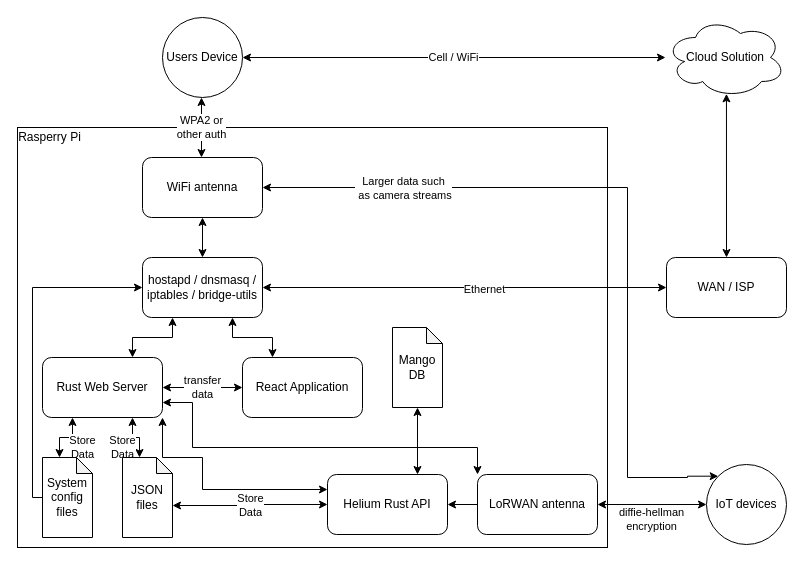
This is H2IoT.drawio from Innovation-Helium-2/Helium-2-Docs, a draw.io file, before an edit. Source tidied: cells renumbered, new cells numbered last; positions are measured from the earlier drawing's top-left corner, leaving out a move shared by most shapes. Both pictures are drawn from the tidied source at 100%, with x=0, y=0 at pixel (17, 17).
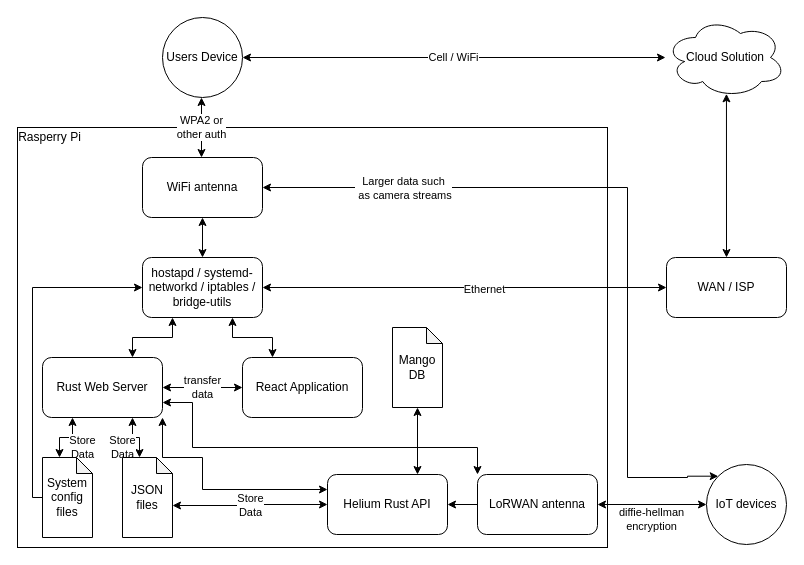
Above is the later version.

Commit message (it also covers changes not shown here):
updated hardware diagram

Change to the diagram source:
```diff
@@
-    <mxCell id="17" value="hostapd / dnsmasq / iptables / bridge-utils" style="rounded=1;whiteSpace=wrap;html=1;" parent="1" vertex="1">
+    <mxCell id="17" value="hostapd / systemd-networkd / iptables / bridge-utils" style="rounded=1;whiteSpace=wrap;html=1;" parent="1" vertex="1">
       <mxGeometry x="125" y="240" width="120" height="60" as="geometry" />
     </mxCell>
```
